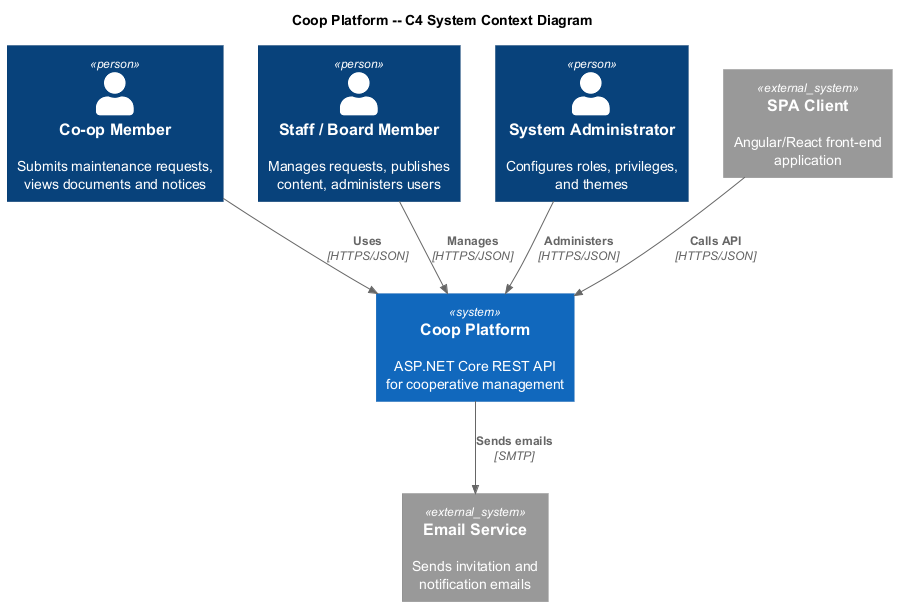
QuinntyneBrown/Coop keeps this PlantUML diagram as docs/detailed-designs/13-api-layer/c4-context.png. Above is the earlier version.
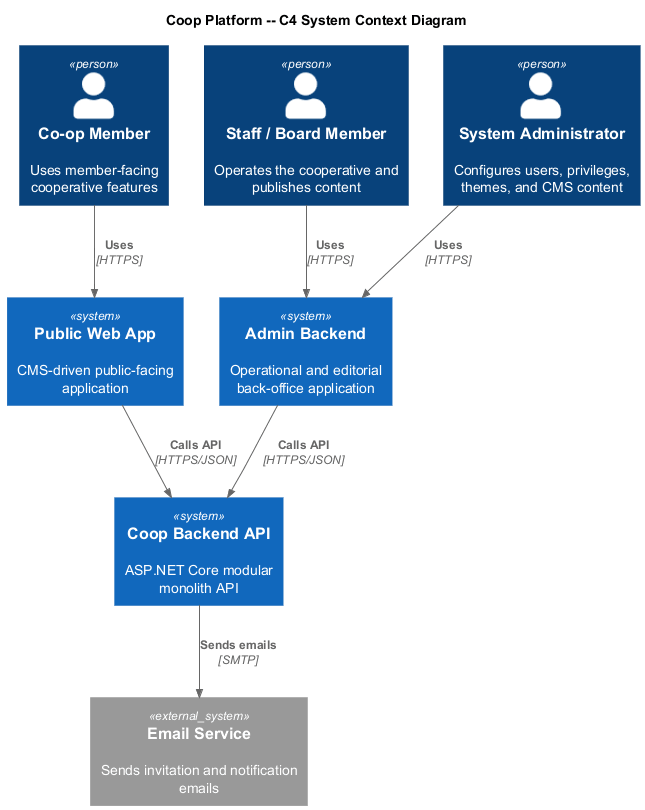
The same file after the commit.

What changed in the source:
```diff
@@ -3,19 +3,21 @@
 
 title Coop Platform -- C4 System Context Diagram
 
-Person(member, "Co-op Member", "Submits maintenance requests,\nviews documents and notices")
-Person(staff, "Staff / Board Member", "Manages requests, publishes\ncontent, administers users")
-Person(admin, "System Administrator", "Configures roles, privileges,\nand themes")
+Person(member, "Co-op Member", "Uses member-facing cooperative features")
+Person(staff, "Staff / Board Member", "Operates the cooperative and publishes content")
+Person(admin, "System Administrator", "Configures users, privileges, themes, and CMS content")
 
-System(coop, "Coop Platform", "ASP.NET Core REST API\nfor cooperative management")
+System(publicApp, "Public Web App", "CMS-driven public-facing application")
+System(adminApp, "Admin Backend", "Operational and editorial back-office application")
+System(coop, "Coop Backend API", "ASP.NET Core modular monolith API")
 
-System_Ext(email, "Email Service", "Sends invitation and\nnotification emails")
-System_Ext(spa, "SPA Client", "Angular/React front-end\napplication")
+System_Ext(email, "Email Service", "Sends invitation and notification emails")
 
-Rel(member, coop, "Uses", "HTTPS/JSON")
-Rel(staff, coop, "Manages", "HTTPS/JSON")
-Rel(admin, coop, "Administers", "HTTPS/JSON")
-Rel(spa, coop, "Calls API", "HTTPS/JSON")
+Rel(member, publicApp, "Uses", "HTTPS")
+Rel(staff, adminApp, "Uses", "HTTPS")
+Rel(admin, adminApp, "Uses", "HTTPS")
+Rel(publicApp, coop, "Calls API", "HTTPS/JSON")
+Rel(adminApp, coop, "Calls API", "HTTPS/JSON")
 Rel(coop, email, "Sends emails", "SMTP")
 
 @enduml
```
